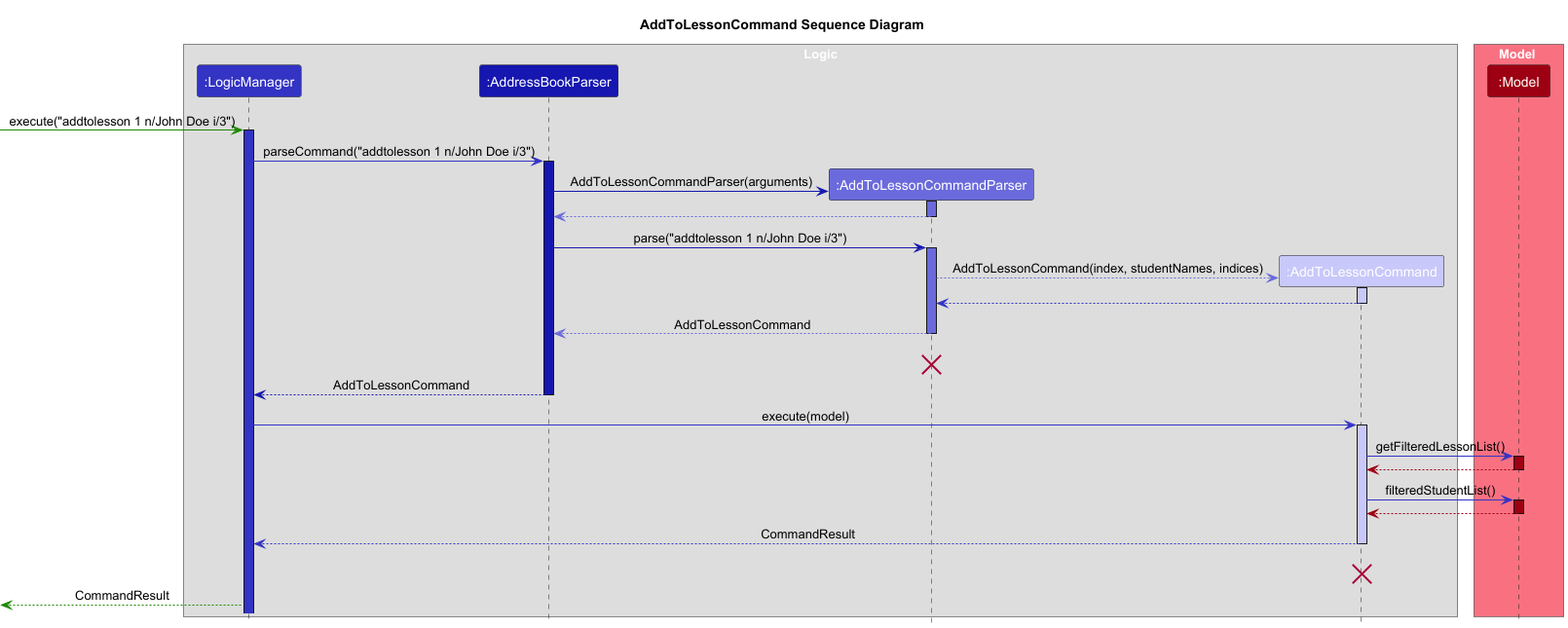
Above: docs/images/Lessons/SequenceDiagramAddToLessonCommand.png in nus-cs2103-AY2425S1/tp (PlantUML), before the change. Its diagram source:
```plantuml
@startuml
!include ../style.puml
skinparam ArrowFontStyle plain

title AddToLessonCommand Sequence Diagram

box Logic
Participant ":LogicManager" as LogicManager LOGIC_COLOR
Participant ":AddressBookParser" as addressBookParser LOGIC_COLOR_T3
Participant ":AddToLessonCommandParser" as AddToLessonCommandParser LOGIC_COLOR_T2
Participant ":AddToLessonCommand" as AddToLessonCommand LOGIC_COLOR_T1
end box

box Model MODEL_COLOR_T1
Participant ":Model" as model MODEL_COLOR
end box

-[UI_COLOR]> LogicManager : execute("addtolesson 1 n/John Doe i/3")
activate LogicManager LOGIC_COLOR

LogicManager -[LOGIC_COLOR]> addressBookParser : parseCommand("addtolesson 1 n/John Doe i/3")
activate addressBookParser LOGIC_COLOR_T3

create AddToLessonCommandParser
addressBookParser -[LOGIC_COLOR_T3]> AddToLessonCommandParser : AddToLessonCommandParser(arguments)
activate AddToLessonCommandParser LOGIC_COLOR_T2

AddToLessonCommandParser --[LOGIC_COLOR_T2]> addressBookParser
deactivate AddToLessonCommandParser

addressBookParser -[LOGIC_COLOR_T3]> AddToLessonCommandParser : parse("addtolesson 1 n/John Doe i/3")
activate AddToLessonCommandParser LOGIC_COLOR_T2

create AddToLessonCommand
AddToLessonCommandParser --[LOGIC_COLOR_T2]> AddToLessonCommand : AddToLessonCommand(index, studentNames, indices)
activate AddToLessonCommand LOGIC_COLOR_T1

AddToLessonCommand --[LOGIC_COLOR]> AddToLessonCommandParser
deactivate AddToLessonCommand LOGIC_COLOR_T1

AddToLessonCommandParser --[LOGIC_COLOR_T2]> addressBookParser : AddToLessonCommand
deactivate AddToLessonCommandParser

AddToLessonCommandParser --[hidden]> addressBookParser : AddToLessonCommand
destroy AddToLessonCommandParser

addressBookParser --[LOGIC_COLOR_T3]> LogicManager : AddToLessonCommand
deactivate addressBookParser

LogicManager -[LOGIC_COLOR]> AddToLessonCommand : execute(model)
activate AddToLessonCommand LOGIC_COLOR_T1

AddToLessonCommand -[LOGIC_COLOR]> model : getFilteredLessonList()
activate model MODEL_COLOR

model -[MODEL_COLOR]-> AddToLessonCommand
deactivate model

AddToLessonCommand -[LOGIC_COLOR]> model : filteredStudentList()
activate model MODEL_COLOR

model -[MODEL_COLOR]-> AddToLessonCommand
deactivate model

AddToLessonCommand --[LOGIC_COLOR]> LogicManager : CommandResult
deactivate AddToLessonCommand LOGIC_COLOR_T1
AddToLessonCommand --[hidden]> LogicManager : CommandResult
destroy AddToLessonCommand

[<-[UI_COLOR]-LogicManager : CommandResult


@enduml
```
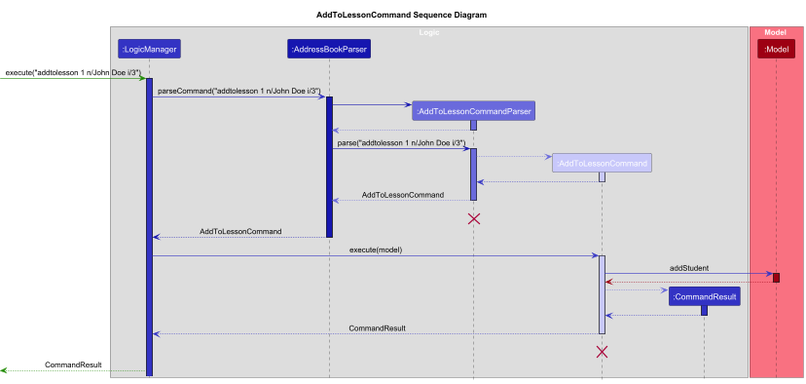
Above is the later version.

What changed in the source:
```diff
@@ -5,10 +5,11 @@
 title AddToLessonCommand Sequence Diagram
 
 box Logic
-Participant ":LogicManager" as LogicManager LOGIC_COLOR
-Participant ":AddressBookParser" as addressBookParser LOGIC_COLOR_T3
-Participant ":AddToLessonCommandParser" as AddToLessonCommandParser LOGIC_COLOR_T2
-Participant ":AddToLessonCommand" as AddToLessonCommand LOGIC_COLOR_T1
+participant ":LogicManager" as LogicManager LOGIC_COLOR
+participant ":AddressBookParser" as addressBookParser LOGIC_COLOR_T3
+participant ":AddToLessonCommandParser" as AddToLessonCommandParser LOGIC_COLOR_T2
+participant ":AddToLessonCommand" as AddToLessonCommand LOGIC_COLOR_T1
+participant ":CommandResult" as CommandResult LOGIC_COLOR
 end box
 
 box Model MODEL_COLOR_T1
@@ -22,7 +23,7 @@
 activate addressBookParser LOGIC_COLOR_T3
 
 create AddToLessonCommandParser
-addressBookParser -[LOGIC_COLOR_T3]> AddToLessonCommandParser : AddToLessonCommandParser(arguments)
+addressBookParser -[LOGIC_COLOR_T3]> AddToLessonCommandParser
 activate AddToLessonCommandParser LOGIC_COLOR_T2
 
 AddToLessonCommandParser --[LOGIC_COLOR_T2]> addressBookParser
@@ -32,7 +33,7 @@
 activate AddToLessonCommandParser LOGIC_COLOR_T2
 
 create AddToLessonCommand
-AddToLessonCommandParser --[LOGIC_COLOR_T2]> AddToLessonCommand : AddToLessonCommand(index, studentNames, indices)
+AddToLessonCommandParser --[LOGIC_COLOR_T2]> AddToLessonCommand
 activate AddToLessonCommand LOGIC_COLOR_T1
 
 AddToLessonCommand --[LOGIC_COLOR]> AddToLessonCommandParser
@@ -50,17 +51,17 @@
 LogicManager -[LOGIC_COLOR]> AddToLessonCommand : execute(model)
 activate AddToLessonCommand LOGIC_COLOR_T1
 
-AddToLessonCommand -[LOGIC_COLOR]> model : getFilteredLessonList()
+AddToLessonCommand -[LOGIC_COLOR]> model : addStudent
 activate model MODEL_COLOR
 
 model -[MODEL_COLOR]-> AddToLessonCommand
 deactivate model
 
-AddToLessonCommand -[LOGIC_COLOR]> model : filteredStudentList()
-activate model MODEL_COLOR
-
-model -[MODEL_COLOR]-> AddToLessonCommand
-deactivate model
+create CommandResult
+AddToLessonCommand --[LOGIC_COLOR_T2]> CommandResult
+activate CommandResult LOGIC_COLOR
+CommandResult --[LOGIC_COLOR]> AddToLessonCommand
+deactivate CommandResult
 
 AddToLessonCommand --[LOGIC_COLOR]> LogicManager : CommandResult
 deactivate AddToLessonCommand LOGIC_COLOR_T1
```
